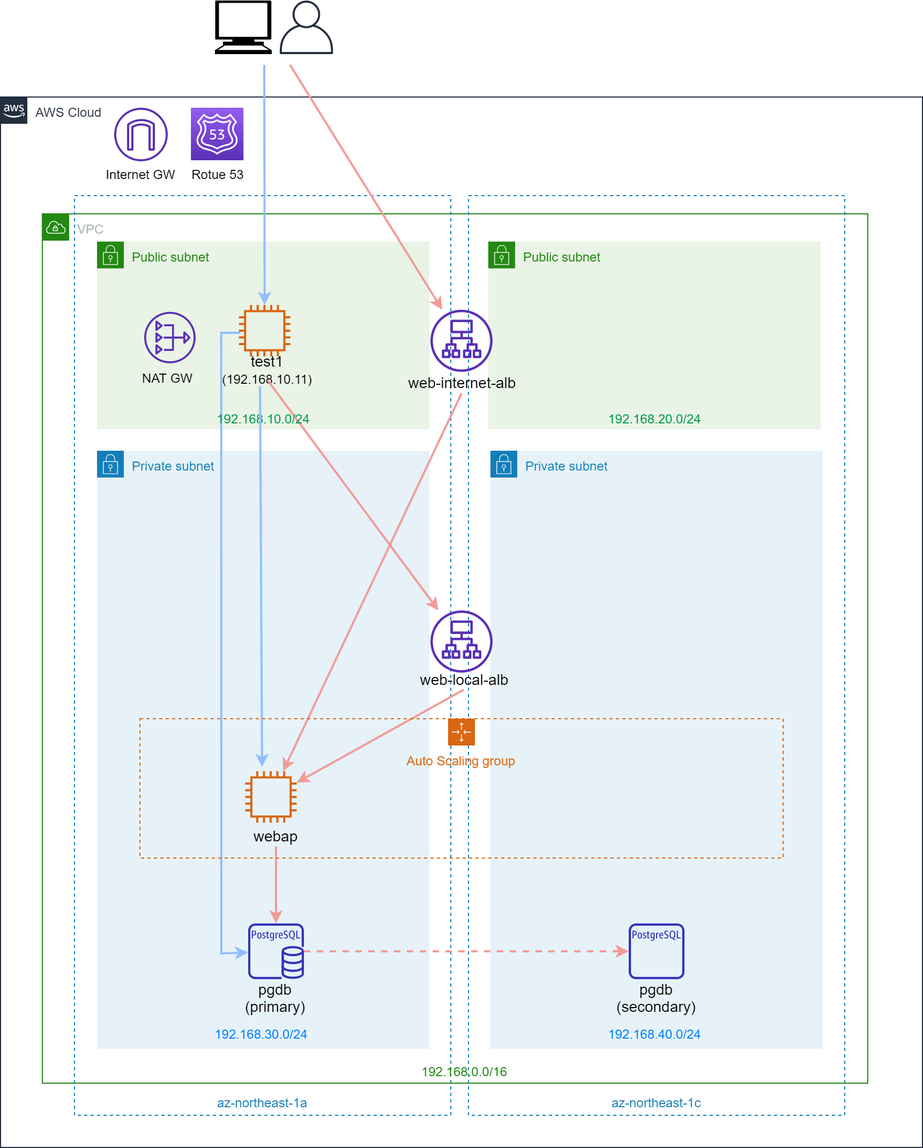
This is AWS構成.png from muroya2355/aws_performance_test, a draw.io export, as it was before one commit. Source tidied: cells renumbered, new cells last; positions are measured from the earlier drawing's top-left corner, leaving out a move shared by most shapes.
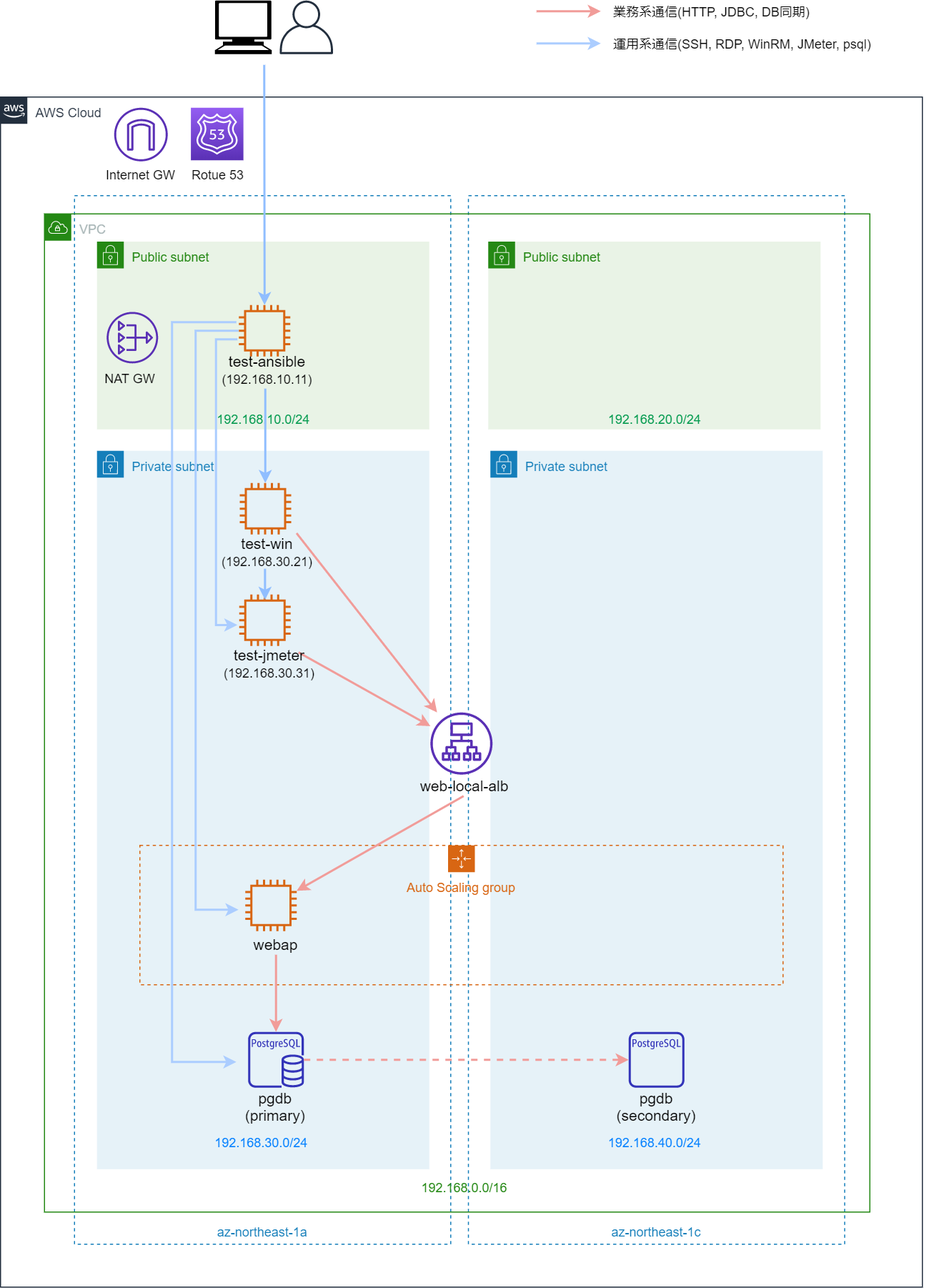
The same file after the commit.

Diff of the diagram source:
```diff
@@ -4,14 +4,26 @@
     <mxCell id="1" parent="0" />
-    <mxCell id="2" value="Public subnet" style="gradientColor=none;html=1;whiteSpace=wrap;fontSize=12;fontStyle=0;shape=mxgraph.aws4.group;grIcon=mxgraph.aws4.group_security_group;grStroke=0;strokeColor=#248814;fillColor=#E9F3E6;verticalAlign=top;align=left;spacingLeft=30;fontColor=#248814;dashed=0;" parent="1" vertex="1">
-      <mxGeometry x="455" y="224.9" width="310" height="175.1" as="geometry" />
-    </mxCell>
+    <mxCell id="8" value="Private subnet" style="gradientColor=none;html=1;whiteSpace=wrap;fontSize=12;fontStyle=0;shape=mxgraph.aws4.group;grIcon=mxgraph.aws4.group_security_group;grStroke=0;strokeColor=#147EBA;fillColor=#E6F2F8;verticalAlign=top;align=left;spacingLeft=30;fontColor=#147EBA;dashed=0;" parent="1" vertex="1">
+      <mxGeometry x="457" y="420" width="310" height="670" as="geometry" />
+    </mxCell>
+    <mxCell id="9" value="az-northeast-1c" style="fillColor=none;strokeColor=#147EBA;dashed=1;verticalAlign=bottom;fontStyle=0;fontColor=#147EBA;" parent="1" vertex="1">
+      <mxGeometry x="436.5" y="182" width="351" height="978" as="geometry" />
+    </mxCell>
+    <mxCell id="7" value="Private subnet" style="gradientColor=none;html=1;whiteSpace=wrap;fontSize=12;fontStyle=0;shape=mxgraph.aws4.group;grIcon=mxgraph.aws4.group_security_group;grStroke=0;strokeColor=#147EBA;fillColor=#E6F2F8;verticalAlign=top;align=left;spacingLeft=30;fontColor=#147EBA;dashed=0;" parent="1" vertex="1">
+      <mxGeometry x="90" y="420" width="310" height="670" as="geometry" />
+    </mxCell>
+    <mxCell id="5" value="az-northeast-1a" style="fillColor=none;strokeColor=#147EBA;dashed=1;verticalAlign=bottom;fontStyle=0;fontColor=#147EBA;" parent="1" vertex="1">
+      <mxGeometry x="69" y="182" width="351" height="978" as="geometry" />
+    </mxCell>
     <mxCell id="3" value="AWS Cloud" style="gradientColor=none;html=1;whiteSpace=wrap;fontSize=12;fontStyle=0;shape=mxgraph.aws4.group;grIcon=mxgraph.aws4.group_aws_cloud_alt;strokeColor=#232F3E;fillColor=none;verticalAlign=top;align=left;spacingLeft=30;fontColor=#232F3E;dashed=0;" parent="1" vertex="1">
-      <mxGeometry y="90" width="860" height="980" as="geometry" />
+      <mxGeometry y="90" width="860" height="1110" as="geometry" />
     </mxCell>
     <mxCell id="4" value="VPC" style="gradientColor=none;html=1;whiteSpace=wrap;fontSize=12;fontStyle=0;shape=mxgraph.aws4.group;grIcon=mxgraph.aws4.group_vpc;strokeColor=#248814;fillColor=none;verticalAlign=top;align=left;spacingLeft=30;fontColor=#AAB7B8;dashed=0;" parent="1" vertex="1">
-      <mxGeometry x="39" y="199" width="770" height="811" as="geometry" />
+      <mxGeometry x="41" y="199" width="770" height="931" as="geometry" />
     </mxCell>
-    <mxCell id="5" value="az-northeast-1a" style="fillColor=none;strokeColor=#147EBA;dashed=1;verticalAlign=bottom;fontStyle=0;fontColor=#147EBA;" parent="1" vertex="1">
-      <mxGeometry x="69" y="182" width="351" height="858" as="geometry" />
-    </mxCell>
+    <mxCell id="47" value="Auto Scaling group" style="gradientColor=none;html=1;whiteSpace=wrap;fontSize=12;fontStyle=0;shape=mxgraph.aws4.groupCenter;grIcon=mxgraph.aws4.group_auto_scaling_group;grStroke=1;strokeColor=#D86613;fillColor=none;verticalAlign=top;align=center;fontColor=#D86613;dashed=1;spacingTop=25;" parent="1" vertex="1">
+      <mxGeometry x="130" y="788" width="600" height="130" as="geometry" />
+    </mxCell>
+    <mxCell id="2" value="Public subnet" style="gradientColor=none;html=1;whiteSpace=wrap;fontSize=12;fontStyle=0;shape=mxgraph.aws4.group;grIcon=mxgraph.aws4.group_security_group;grStroke=0;strokeColor=#248814;fillColor=#E9F3E6;verticalAlign=top;align=left;spacingLeft=30;fontColor=#248814;dashed=0;" parent="1" vertex="1">
+      <mxGeometry x="455" y="224.9" width="310" height="175.1" as="geometry" />
+    </mxCell>
     <mxCell id="6" value="Public subnet" style="gradientColor=none;html=1;whiteSpace=wrap;fontSize=12;fontStyle=0;shape=mxgraph.aws4.group;grIcon=mxgraph.aws4.group_security_group;grStroke=0;strokeColor=#248814;fillColor=#E9F3E6;verticalAlign=top;align=left;spacingLeft=30;fontColor=#248814;dashed=0;" parent="1" vertex="1">
@@ -19,16 +31,7 @@
     </mxCell>
-    <mxCell id="7" value="Private subnet" style="gradientColor=none;html=1;whiteSpace=wrap;fontSize=12;fontStyle=0;shape=mxgraph.aws4.group;grIcon=mxgraph.aws4.group_security_group;grStroke=0;strokeColor=#147EBA;fillColor=#E6F2F8;verticalAlign=top;align=left;spacingLeft=30;fontColor=#147EBA;dashed=0;" parent="1" vertex="1">
-      <mxGeometry x="90" y="420" width="310" height="558" as="geometry" />
-    </mxCell>
-    <mxCell id="8" value="Private subnet" style="gradientColor=none;html=1;whiteSpace=wrap;fontSize=12;fontStyle=0;shape=mxgraph.aws4.group;grIcon=mxgraph.aws4.group_security_group;grStroke=0;strokeColor=#147EBA;fillColor=#E6F2F8;verticalAlign=top;align=left;spacingLeft=30;fontColor=#147EBA;dashed=0;" parent="1" vertex="1">
-      <mxGeometry x="457" y="420" width="310" height="558" as="geometry" />
-    </mxCell>
-    <mxCell id="9" value="az-northeast-1c" style="fillColor=none;strokeColor=#147EBA;dashed=1;verticalAlign=bottom;fontStyle=0;fontColor=#147EBA;" parent="1" vertex="1">
-      <mxGeometry x="436.5" y="182" width="351" height="858" as="geometry" />
-    </mxCell>
     <mxCell id="10" value="192.168.40.0/24" style="text;html=1;strokeColor=none;fillColor=none;align=center;verticalAlign=middle;whiteSpace=wrap;rounded=0;fontColor=#007FFF;" parent="1" vertex="1">
-      <mxGeometry x="542.6" y="953.7" width="134.9" height="20.3" as="geometry" />
+      <mxGeometry x="542.6" y="1054.7" width="134.9" height="20.3" as="geometry" />
     </mxCell>
     <mxCell id="11" value="192.168.0.0/16" style="text;html=1;strokeColor=none;fillColor=none;align=center;verticalAlign=middle;whiteSpace=wrap;rounded=0;fontColor=#248814;" parent="1" vertex="1">
-      <mxGeometry x="287" y="988.8" width="290.1" height="21.2" as="geometry" />
+      <mxGeometry x="287" y="1096.8" width="290.1" height="21.2" as="geometry" />
     </mxCell>
@@ -43,13 +46,7 @@
     </mxCell>
-    <mxCell id="15" style="group;" parent="1" vertex="1">
-      <mxGeometry x="205.9" y="719" width="112" height="89" as="geometry" />
-    </mxCell>
-    <mxCell id="16" style="outlineConnect=0;fontColor=#232F3E;gradientColor=none;fillColor=#D86613;strokeColor=none;dashed=0;verticalLabelPosition=bottom;verticalAlign=top;align=center;html=1;fontSize=12;fontStyle=0;shape=mxgraph.aws4.instance2;" parent="15" vertex="1">
-      <mxGeometry x="22.4" width="48" height="48" as="geometry" />
-    </mxCell>
     <mxCell id="17" value="webap" style="text;html=1;strokeColor=none;fillColor=none;align=center;verticalAlign=middle;whiteSpace=wrap;rounded=0;fontSize=14;" parent="1" vertex="1">
-      <mxGeometry x="201" y="769" width="112" height="20" as="geometry" />
+      <mxGeometry x="201" y="870" width="112" height="20" as="geometry" />
     </mxCell>
     <mxCell id="18" value="192.168.30.0/24" style="text;html=1;strokeColor=none;fillColor=none;align=center;verticalAlign=middle;whiteSpace=wrap;rounded=0;fontColor=#007FFF;" parent="1" vertex="1">
-      <mxGeometry x="175.6" y="953.7" width="134.9" height="20.3" as="geometry" />
+      <mxGeometry x="175.6" y="1054.7" width="134.9" height="20.3" as="geometry" />
     </mxCell>
@@ -61,3 +58,3 @@
     </mxCell>
-    <mxCell id="21" value="test1&lt;br&gt;&lt;font style=&quot;font-size: 12px&quot;&gt;(192.168.10.11)&lt;/font&gt;" style="text;html=1;strokeColor=none;fillColor=none;align=center;verticalAlign=middle;whiteSpace=wrap;rounded=0;fontSize=14;" parent="1" vertex="1">
+    <mxCell id="21" value="test-ansible&lt;br&gt;&lt;font style=&quot;font-size: 12px&quot;&gt;(192.168.10.11)&lt;/font&gt;" style="text;html=1;strokeColor=none;fillColor=none;align=center;verticalAlign=middle;whiteSpace=wrap;rounded=0;fontSize=14;" parent="1" vertex="1">
       <mxGeometry x="193" y="334" width="112" height="20" as="geometry" />
@@ -68,6 +65,6 @@
     <mxCell id="23" style="fontColor=#232F3E;gradientColor=none;fillColor=#5A30B5;strokeColor=none;dashed=0;verticalLabelPosition=bottom;verticalAlign=top;align=center;html=1;fontSize=12;fontStyle=0;shape=mxgraph.aws4.nat_gateway;" parent="1" vertex="1">
-      <mxGeometry x="134" y="290.4" width="48" height="48" as="geometry" />
+      <mxGeometry x="99" y="290.4" width="48" height="48" as="geometry" />
     </mxCell>
     <mxCell id="24" value="NAT GW" style="text;html=1;strokeColor=none;fillColor=none;align=center;verticalAlign=middle;whiteSpace=wrap;rounded=0;" parent="1" vertex="1">
-      <mxGeometry x="115" y="342.4" width="80" height="20" as="geometry" />
+      <mxGeometry x="80" y="342.4" width="80" height="20" as="geometry" />
     </mxCell>
@@ -79,19 +76,16 @@
     </mxCell>
-    <mxCell id="27" style="outlineConnect=0;fontColor=#232F3E;gradientColor=none;fillColor=#5A30B5;strokeColor=none;dashed=0;verticalLabelPosition=bottom;verticalAlign=top;align=center;html=1;fontSize=12;fontStyle=0;shape=mxgraph.aws4.application_load_balancer;" parent="1" vertex="1">
-      <mxGeometry x="401" y="569" width="58" height="58" as="geometry" />
-    </mxCell>
     <mxCell id="28" value="web-local-alb" style="text;html=1;strokeColor=none;fillColor=none;align=center;verticalAlign=middle;whiteSpace=wrap;rounded=0;strokeWidth=2;fontSize=14;" parent="1" vertex="1">
-      <mxGeometry x="376" y="623" width="112" height="20" as="geometry" />
+      <mxGeometry x="376" y="722" width="112" height="20" as="geometry" />
     </mxCell>
     <mxCell id="29" style="outlineConnect=0;fontColor=#232F3E;gradientColor=none;fillColor=#3334B9;strokeColor=none;dashed=0;verticalLabelPosition=bottom;verticalAlign=top;align=center;html=1;fontSize=12;fontStyle=0;shape=mxgraph.aws4.rds_postgresql_instance;" parent="1" vertex="1">
-      <mxGeometry x="231" y="861" width="52" height="52" as="geometry" />
+      <mxGeometry x="231" y="962" width="52" height="52" as="geometry" />
     </mxCell>
     <mxCell id="30" value="pgdb&lt;br&gt;(primary)" style="text;html=1;strokeColor=none;fillColor=none;align=center;verticalAlign=middle;whiteSpace=wrap;rounded=0;fontSize=14;" parent="1" vertex="1">
-      <mxGeometry x="200" y="920" width="112" height="20" as="geometry" />
+      <mxGeometry x="200" y="1021" width="112" height="20" as="geometry" />
     </mxCell>
     <mxCell id="31" style="outlineConnect=0;fontColor=#232F3E;gradientColor=none;fillColor=#3334B9;strokeColor=none;dashed=0;verticalLabelPosition=bottom;verticalAlign=top;align=center;html=1;fontSize=12;fontStyle=0;shape=mxgraph.aws4.rds_postgresql_instance_alt;" parent="1" vertex="1">
-      <mxGeometry x="586" y="861" width="52" height="52" as="geometry" />
+      <mxGeometry x="586" y="962" width="52" height="52" as="geometry" />
     </mxCell>
     <mxCell id="32" value="pgdb&lt;br style=&quot;font-size: 14px;&quot;&gt;(secondary)" style="text;html=1;strokeColor=none;fillColor=none;align=center;verticalAlign=middle;whiteSpace=wrap;rounded=0;fontSize=14;" parent="1" vertex="1">
-      <mxGeometry x="556" y="920" width="112" height="20" as="geometry" />
+      <mxGeometry x="556" y="1021" width="112" height="20" as="geometry" />
     </mxCell>
@@ -102,3 +96,3 @@
     </mxCell>
-    <mxCell id="34" style="endArrow=classic;html=1;strokeWidth=2;strokeColor=#F19C99;exitX=0.5;exitY=1;exitDx=0;exitDy=0;" parent="1" edge="1" source="21" target="27">
+    <mxCell id="34" style="endArrow=classic;html=1;strokeWidth=2;strokeColor=#F19C99;exitX=0.75;exitY=0;exitDx=0;exitDy=0;" parent="1" edge="1" source="56" target="27">
       <mxGeometry relative="1" as="geometry" />
@@ -114,11 +108,2 @@
     </mxCell>
-    <mxCell id="38" style="outlineConnect=0;fontColor=#232F3E;gradientColor=none;fillColor=#5A30B5;strokeColor=none;dashed=0;verticalLabelPosition=bottom;verticalAlign=top;align=center;html=1;fontSize=12;fontStyle=0;shape=mxgraph.aws4.application_load_balancer;" parent="1" vertex="1">
-      <mxGeometry x="401" y="288.4" width="58" height="58" as="geometry" />
-    </mxCell>
-    <mxCell id="39" value="web-internet-alb" style="text;html=1;strokeColor=none;fillColor=none;align=center;verticalAlign=middle;whiteSpace=wrap;rounded=0;strokeWidth=2;fontSize=14;" parent="1" vertex="1">
-      <mxGeometry x="374" y="346.4" width="112" height="20" as="geometry" />
-    </mxCell>
-    <mxCell id="40" style="endArrow=classic;html=1;strokeWidth=2;strokeColor=#F19C99;exitX=0.5;exitY=1;exitDx=0;exitDy=0;" parent="1" edge="1" source="39" target="16">
-      <mxGeometry relative="1" as="geometry" />
-    </mxCell>
     <mxCell id="41" style="shape=mxgraph.signs.tech.computer;html=1;fillColor=#000000;strokeColor=none;verticalLabelPosition=bottom;verticalAlign=top;align=center;fontSize=14;" parent="1" vertex="1">
@@ -126,16 +111,7 @@
     </mxCell>
-    <mxCell id="42" style="endArrow=classic;html=1;strokeWidth=2;strokeColor=#F19C99;" parent="1" edge="1" target="38">
+    <mxCell id="42" style="endArrow=classic;html=1;strokeWidth=2;strokeColor=#F19C99;" parent="1" edge="1" target="27">
       <mxGeometry relative="1" as="geometry">
-        <mxPoint x="270" y="60" as="sourcePoint" />
+        <mxPoint x="276.1" y="496.8" as="sourcePoint" />
       </mxGeometry>
     </mxCell>
-    <mxCell id="43" style="endArrow=classic;html=1;strokeWidth=2;strokeColor=#90BEFF;rounded=0;" parent="1" edge="1" target="29">
-      <mxGeometry relative="1" as="geometry">
-        <mxPoint x="223.9" y="310" as="sourcePoint" />
-        <Array as="points">
-          <mxPoint x="205.9" y="310" />
-          <mxPoint x="206" y="889" />
-        </Array>
-      </mxGeometry>
-    </mxCell>
     <mxCell id="44" value="192.168.10.0/24" style="text;html=1;strokeColor=none;fillColor=none;align=center;verticalAlign=middle;whiteSpace=wrap;rounded=0;fontColor=#00994D;" parent="1" vertex="1">
@@ -146,10 +122,2 @@
     </mxCell>
-    <mxCell id="46" style="endArrow=classic;html=1;strokeWidth=2;strokeColor=#90BEFF;exitX=0.438;exitY=1.3;exitDx=0;exitDy=0;exitPerimeter=0;" parent="1" edge="1" source="21">
-      <mxGeometry relative="1" as="geometry">
-        <mxPoint x="244" y="715" as="targetPoint" />
-      </mxGeometry>
-    </mxCell>
-    <mxCell id="47" value="Auto Scaling group" style="gradientColor=none;html=1;whiteSpace=wrap;fontSize=12;fontStyle=0;shape=mxgraph.aws4.groupCenter;grIcon=mxgraph.aws4.group_auto_scaling_group;grStroke=1;strokeColor=#D86613;fillColor=none;verticalAlign=top;align=center;fontColor=#D86613;dashed=1;spacingTop=25;" parent="1" vertex="1">
-      <mxGeometry x="130" y="670" width="600" height="130" as="geometry" />
-    </mxCell>
     <mxCell id="48" style="fontColor=#232F3E;gradientColor=#945DF2;gradientDirection=north;fillColor=#5A30B5;strokeColor=#ffffff;dashed=0;verticalLabelPosition=bottom;verticalAlign=top;align=center;html=1;fontSize=12;fontStyle=0;shape=mxgraph.aws4.resourceIcon;resIcon=mxgraph.aws4.route_53;" parent="1" vertex="1">
@@ -160,2 +128,83 @@
     </mxCell>
+    <mxCell id="27" style="outlineConnect=0;fontColor=#232F3E;gradientColor=none;fillColor=#5A30B5;strokeColor=none;dashed=0;verticalLabelPosition=bottom;verticalAlign=top;align=center;html=1;fontSize=12;fontStyle=0;shape=mxgraph.aws4.application_load_balancer;" parent="1" vertex="1">
+      <mxGeometry x="401" y="664" width="58" height="58" as="geometry" />
+    </mxCell>
+    <mxCell id="52" style="fontColor=#232F3E;gradientColor=none;fillColor=#D86613;strokeColor=none;dashed=0;verticalLabelPosition=bottom;verticalAlign=top;align=center;html=1;fontSize=12;fontStyle=0;shape=mxgraph.aws4.instance2;" parent="1" vertex="1">
+      <mxGeometry x="223.1" y="450" width="48" height="48" as="geometry" />
+    </mxCell>
+    <mxCell id="53" value="test-win&lt;br&gt;&lt;font style=&quot;font-size: 12px&quot;&gt;(192.168.30.21)&lt;/font&gt;" style="text;html=1;strokeColor=none;fillColor=none;align=center;verticalAlign=middle;whiteSpace=wrap;rounded=0;fontSize=14;" parent="1" vertex="1">
+      <mxGeometry x="192.4" y="504" width="112" height="20" as="geometry" />
+    </mxCell>
+    <mxCell id="54" style="endArrow=classic;html=1;strokeWidth=2;strokeColor=#90BEFF;" parent="1" edge="1">
+      <mxGeometry relative="1" as="geometry">
+        <mxPoint x="247" y="362" as="sourcePoint" />
+        <mxPoint x="247" y="450" as="targetPoint" />
+      </mxGeometry>
+    </mxCell>
+    <mxCell id="55" style="fontColor=#232F3E;gradientColor=none;fillColor=#D86613;strokeColor=none;dashed=0;verticalLabelPosition=bottom;verticalAlign=top;align=center;html=1;fontSize=12;fontStyle=0;shape=mxgraph.aws4.instance2;" parent="1" vertex="1">
+      <mxGeometry x="222.7" y="554" width="48" height="48" as="geometry" />
+    </mxCell>
+    <mxCell id="56" value="test-jmeter&lt;br&gt;&lt;font style=&quot;font-size: 12px&quot;&gt;(192.168.30.31)&lt;/font&gt;" style="text;html=1;strokeColor=none;fillColor=none;align=center;verticalAlign=middle;whiteSpace=wrap;rounded=0;fontSize=14;" parent="1" vertex="1">
+      <mxGeometry x="194" y="608" width="112" height="20" as="geometry" />
+    </mxCell>
+    <mxCell id="57" style="endArrow=classic;html=1;strokeWidth=2;strokeColor=#90BEFF;" parent="1" edge="1">
+      <mxGeometry relative="1" as="geometry">
+        <mxPoint x="246.7" y="530" as="sourcePoint" />
+        <mxPoint x="246.7" y="559" as="targetPoint" />
+      </mxGeometry>
+    </mxCell>
+    <mxCell id="15" style="group;" parent="1" vertex="1">
+      <mxGeometry x="205.9" y="820" width="112" height="89" as="geometry" />
+    </mxCell>
+    <mxCell id="16" style="outlineConnect=0;fontColor=#232F3E;gradientColor=none;fillColor=#D86613;strokeColor=none;dashed=0;verticalLabelPosition=bottom;verticalAlign=top;align=center;html=1;fontSize=12;fontStyle=0;shape=mxgraph.aws4.instance2;" parent="15" vertex="1">
+      <mxGeometry x="22.4" width="48" height="48" as="geometry" />
+    </mxCell>
+    <mxCell id="58" style="endArrow=classic;html=1;rounded=0;fillColor=#dae8fc;strokeColor=#ABCDFF;strokeWidth=2;" parent="1" edge="1">
+      <mxGeometry relative="1" as="geometry">
+        <mxPoint x="222" y="308" as="sourcePoint" />
+        <mxPoint x="222" y="848" as="targetPoint" />
+        <Array as="points">
+          <mxPoint x="182" y="308" />
+          <mxPoint x="182" y="848" />
+        </Array>
+      </mxGeometry>
+    </mxCell>
+    <mxCell id="59" style="endArrow=classic;html=1;rounded=0;fillColor=#dae8fc;strokeColor=#ABCDFF;strokeWidth=2;" parent="1" edge="1">
+      <mxGeometry relative="1" as="geometry">
+        <mxPoint x="221" y="316" as="sourcePoint" />
+        <mxPoint x="221" y="582.4" as="targetPoint" />
+        <Array as="points">
+          <mxPoint x="201" y="316" />
+          <mxPoint x="201" y="582.4" />
+        </Array>
+      </mxGeometry>
+    </mxCell>
+    <mxCell id="60" style="endArrow=classic;html=1;strokeColor=#F19C99;strokeWidth=2;" parent="1" edge="1">
+      <mxGeometry relative="1" as="geometry">
+        <mxPoint x="500" y="10" as="sourcePoint" />
+        <mxPoint x="560" y="10" as="targetPoint" />
+      </mxGeometry>
+    </mxCell>
+    <mxCell id="61" value="業務系通信(HTTP, JDBC, DB同期)" style="text;html=1;strokeColor=none;fillColor=none;align=left;verticalAlign=middle;whiteSpace=wrap;rounded=0;" parent="1" vertex="1">
+      <mxGeometry x="570" width="200" height="20" as="geometry" />
+    </mxCell>
+    <mxCell id="62" style="endArrow=classic;html=1;strokeColor=#ABCDFF;strokeWidth=2;" parent="1" edge="1">
+      <mxGeometry relative="1" as="geometry">
+        <mxPoint x="500" y="40" as="sourcePoint" />
+        <mxPoint x="560" y="40" as="targetPoint" />
+      </mxGeometry>
+    </mxCell>
+    <mxCell id="63" value="運用系通信(SSH, RDP, WinRM, JMeter, psql)" style="text;html=1;strokeColor=none;fillColor=none;align=left;verticalAlign=middle;whiteSpace=wrap;rounded=0;" parent="1" vertex="1">
+      <mxGeometry x="570" y="30" width="300" height="20" as="geometry" />
+    </mxCell>
+    <mxCell id="64" style="endArrow=classic;html=1;rounded=0;fillColor=#dae8fc;strokeColor=#ABCDFF;strokeWidth=2;" parent="1" edge="1">
+      <mxGeometry relative="1" as="geometry">
+        <mxPoint x="220" y="300" as="sourcePoint" />
+        <mxPoint x="220" y="990" as="targetPoint" />
+        <Array as="points">
+          <mxPoint x="160" y="300" />
+          <mxPoint x="160" y="990" />
+        </Array>
+      </mxGeometry>
+    </mxCell>
     <mxCell id="50" value="名称未設定レイヤ" parent="0" />
```
